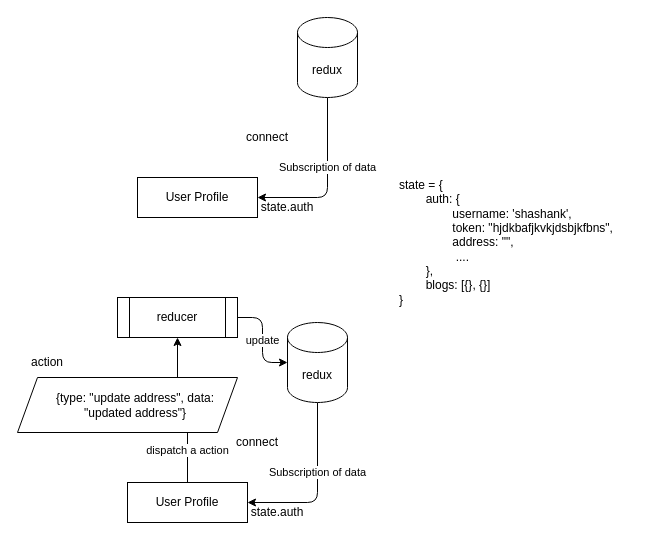
Above: page "React-redux mindset" (4 of 5) of src/diagram/redux.drawio in shashankshetty1996/redux-learning (draw.io), before the change. Source tidied: cells renumbered, new cells numbered last; positions are measured from the earlier drawing's top-left corner, leaving out a move shared by most shapes. Both pictures are drawn from the tidied source at 100%, with x=0, y=0 at pixel (17, 17).
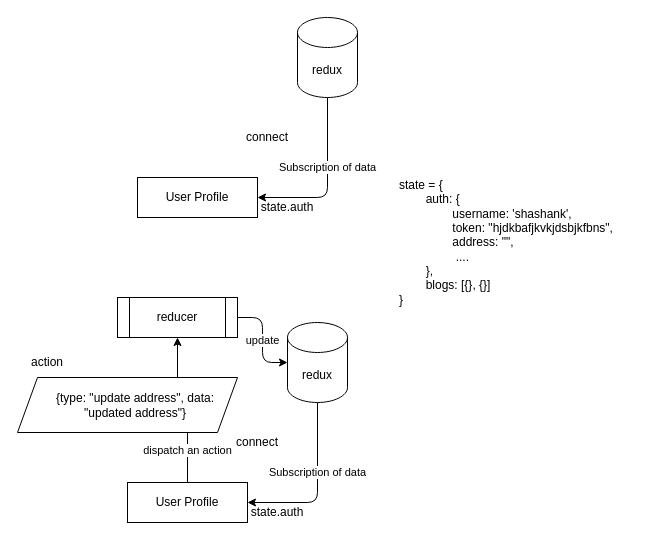
After the change.

What changed in the source:
```diff
@@
 <mxGraphModel>
   <root>
     <mxCell id="0" />
     <mxCell id="1" parent="0" />
     <mxCell id="2" value="Subscription of data" style="edgeStyle=orthogonalEdgeStyle;rounded=1;html=1;exitX=0.5;exitY=1;exitDx=0;exitDy=0;exitPerimeter=0;entryX=1;entryY=0.5;entryDx=0;entryDy=0;" parent="1" edge="1" source="3" target="4">
       <mxGeometry x="-0.18" relative="1" as="geometry" />
     </mxCell>
     <mxCell id="3" value="redux" style="shape=cylinder3;whiteSpace=wrap;html=1;boundedLbl=1;backgroundOutline=1;size=15;" parent="1" vertex="1">
       <mxGeometry x="280" width="60" height="80" as="geometry" />
     </mxCell>
     <mxCell id="4" value="User Profile" style="rounded=0;whiteSpace=wrap;html=1;" parent="1" vertex="1">
       <mxGeometry x="120" y="160" width="120" height="40" as="geometry" />
     </mxCell>
     <mxCell id="5" value="state.auth" style="text;html=1;strokeColor=none;fillColor=none;align=center;verticalAlign=middle;whiteSpace=wrap;rounded=0;" parent="1" vertex="1">
       <mxGeometry x="250" y="180" width="40" height="20" as="geometry" />
     </mxCell>
     <mxCell id="6" value="connect" style="text;html=1;strokeColor=none;fillColor=none;align=center;verticalAlign=middle;whiteSpace=wrap;rounded=0;" parent="1" vertex="1">
       <mxGeometry x="230" y="110" width="40" height="20" as="geometry" />
     </mxCell>
     <mxCell id="7" value="Subscription of data" style="edgeStyle=orthogonalEdgeStyle;rounded=1;html=1;exitX=0.5;exitY=1;exitDx=0;exitDy=0;exitPerimeter=0;entryX=1;entryY=0.5;entryDx=0;entryDy=0;" parent="1" edge="1" source="8" target="10">
       <mxGeometry x="-0.18" relative="1" as="geometry" />
     </mxCell>
     <mxCell id="8" value="redux" style="shape=cylinder3;whiteSpace=wrap;html=1;boundedLbl=1;backgroundOutline=1;size=15;" parent="1" vertex="1">
       <mxGeometry x="270" y="305" width="60" height="80" as="geometry" />
     </mxCell>
-    <mxCell id="9" value="dispatch a action" style="edgeStyle=orthogonalEdgeStyle;rounded=1;html=1;entryX=0.5;entryY=1;entryDx=0;entryDy=0;exitX=0.5;exitY=0;exitDx=0;exitDy=0;" parent="1" edge="1" source="10" target="17">
+    <mxCell id="9" value="dispatch an action" style="edgeStyle=orthogonalEdgeStyle;rounded=1;html=1;entryX=0.5;entryY=1;entryDx=0;entryDy=0;exitX=0.5;exitY=0;exitDx=0;exitDy=0;" parent="1" edge="1" source="10" target="17">
       <mxGeometry x="-0.59" relative="1" as="geometry" />
     </mxCell>
     <mxCell id="10" value="User Profile" style="rounded=0;whiteSpace=wrap;html=1;" parent="1" vertex="1">
       <mxGeometry x="110" y="465" width="120" height="40" as="geometry" />
     </mxCell>
     <mxCell id="11" value="state = {&lt;br&gt;&lt;span style=&quot;white-space: pre&quot;&gt;&#9;&lt;/span&gt;auth: { &lt;br&gt;&lt;div&gt;&lt;span&gt;&lt;span style=&quot;white-space: pre&quot;&gt;&#9;&lt;/span&gt;&lt;span style=&quot;white-space: pre&quot;&gt;&#9;&lt;/span&gt;username: 'shashank',&lt;/span&gt;&lt;/div&gt;&lt;div&gt;&lt;span&gt;&lt;span style=&quot;white-space: pre&quot;&gt;&#9;&lt;/span&gt;&lt;span style=&quot;white-space: pre&quot;&gt;&#9;&lt;/span&gt;token: &quot;hjdkbafjkvkjdsbjkfbns&quot;, &lt;span style=&quot;white-space: pre&quot;&gt;&#9;&lt;/span&gt;&lt;span style=&quot;white-space: pre&quot;&gt;&#9;&lt;/span&gt;address: &quot;&quot;,&lt;/span&gt;&lt;/div&gt;&lt;div&gt;&lt;span&gt;&lt;span style=&quot;white-space: pre&quot;&gt;&#9;&lt;/span&gt;&lt;span style=&quot;white-space: pre&quot;&gt;&#9;&lt;/span&gt;&amp;nbsp;....&amp;nbsp;&lt;/span&gt;&lt;/div&gt;&lt;div&gt;&lt;span&gt;&lt;span style=&quot;white-space: pre&quot;&gt;&#9;&lt;/span&gt;},&lt;/span&gt;&lt;/div&gt;&lt;span style=&quot;white-space: pre&quot;&gt;&#9;&lt;/span&gt;blogs: [{}, {}]&amp;nbsp;&amp;nbsp;&lt;br&gt;}&amp;nbsp;" style="text;html=1;strokeColor=none;fillColor=none;align=left;verticalAlign=middle;whiteSpace=wrap;rounded=0;" parent="1" vertex="1">
       <mxGeometry x="380" y="150" width="240" height="150" as="geometry" />
     </mxCell>
     <mxCell id="12" value="state.auth" style="text;html=1;strokeColor=none;fillColor=none;align=center;verticalAlign=middle;whiteSpace=wrap;rounded=0;" parent="1" vertex="1">
       <mxGeometry x="240" y="485" width="40" height="20" as="geometry" />
     </mxCell>
     <mxCell id="13" value="connect" style="text;html=1;strokeColor=none;fillColor=none;align=center;verticalAlign=middle;whiteSpace=wrap;rounded=0;" parent="1" vertex="1">
       <mxGeometry x="220" y="415" width="40" height="20" as="geometry" />
     </mxCell>
     <mxCell id="14" value="{type: &quot;update address&quot;, data: &quot;updated address&quot;}" style="shape=parallelogram;perimeter=parallelogramPerimeter;whiteSpace=wrap;html=1;fixedSize=1;spacingTop=0;spacingLeft=16;" parent="1" vertex="1">
       <mxGeometry y="360" width="220" height="55" as="geometry" />
     </mxCell>
     <mxCell id="15" value="action" style="text;html=1;strokeColor=none;fillColor=none;align=center;verticalAlign=middle;whiteSpace=wrap;rounded=0;" parent="1" vertex="1">
       <mxGeometry x="10" y="335" width="40" height="20" as="geometry" />
     </mxCell>
     <mxCell id="16" value="update" style="edgeStyle=orthogonalEdgeStyle;rounded=1;html=1;exitX=1;exitY=0.5;exitDx=0;exitDy=0;entryX=0;entryY=0.5;entryDx=0;entryDy=0;entryPerimeter=0;" parent="1" edge="1" source="17" target="8">
       <mxGeometry relative="1" as="geometry" />
     </mxCell>
     <mxCell id="17" value="reducer" style="shape=process;whiteSpace=wrap;html=1;backgroundOutline=1;align=center;" parent="1" vertex="1">
       <mxGeometry x="100" y="280" width="120" height="40" as="geometry" />
     </mxCell>
   </root>
 </mxGraphModel>
```
